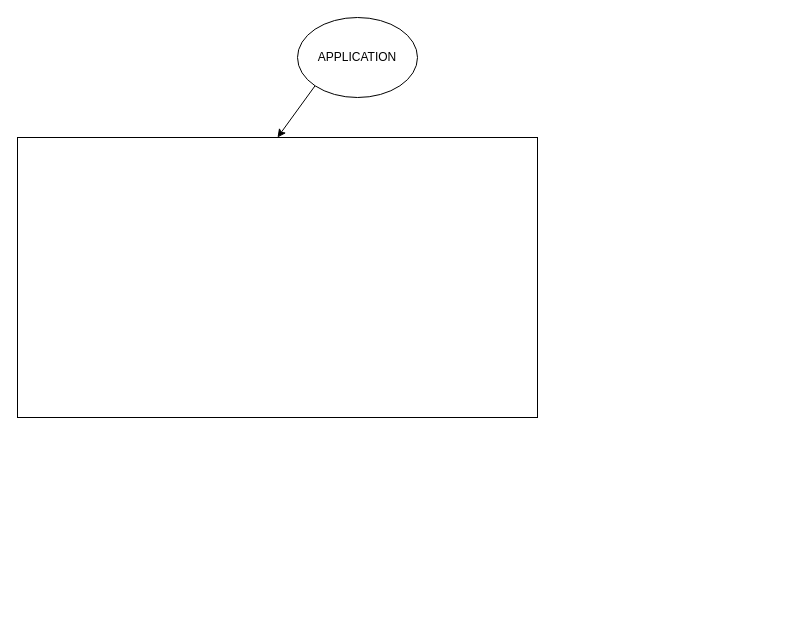
Before: page "APPLICATION" (7 of 10) of scheme.drawio in SplishBoom/Transkript-Manager, a draw.io diagram. Source tidied: cells renumbered, new cells numbered last; positions are measured from the earlier drawing's top-left corner, leaving out a move shared by most shapes. Both pictures are drawn from the tidied source at 100%, with x=0, y=0 at pixel (17, 17).
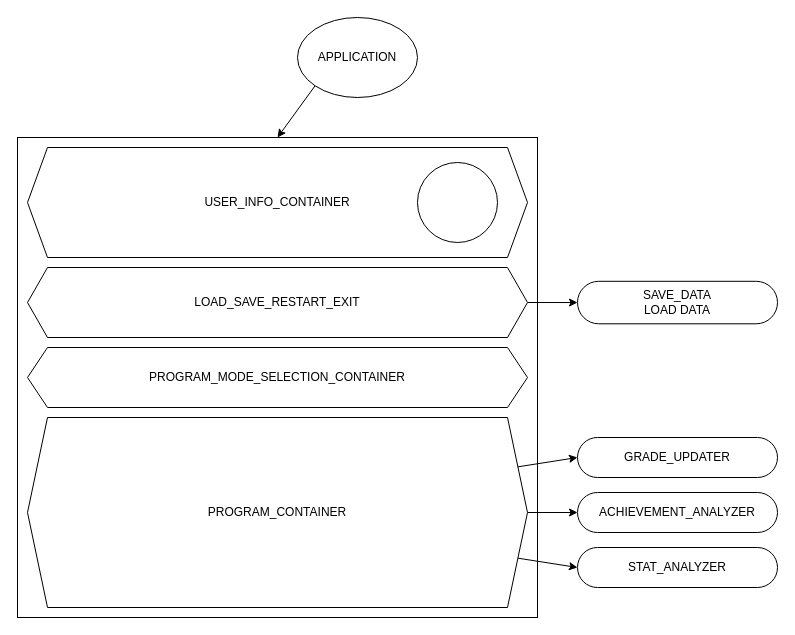
The same diagram, later.

Change to the diagram source:
```diff
@@
 <mxGraphModel>
   <root>
     <mxCell id="0" />
     <mxCell id="1" parent="0" />
     <mxCell id="2" style="edgeStyle=none;html=1;exitX=0;exitY=1;exitDx=0;exitDy=0;entryX=0.5;entryY=0;entryDx=0;entryDy=0;" parent="1" edge="1" source="3" target="4">
       <mxGeometry relative="1" as="geometry" />
     </mxCell>
     <mxCell id="3" value="APPLICATION" style="ellipse;whiteSpace=wrap;html=1;" parent="1" vertex="1">
       <mxGeometry x="280" width="120" height="80" as="geometry" />
     </mxCell>
     <mxCell id="4" value="&lt;br&gt;" style="rounded=1;whiteSpace=wrap;html=1;arcSize=0;" parent="1" vertex="1">
-      <mxGeometry y="120" width="520" height="280" as="geometry" />
+      <mxGeometry y="120" width="520" height="480" as="geometry" />
     </mxCell>
+    <mxCell id="5" value="USER_INFO_CONTAINER" style="shape=hexagon;perimeter=hexagonPerimeter2;whiteSpace=wrap;html=1;fixedSize=1;" parent="1" vertex="1">
+      <mxGeometry x="10" y="130" width="500" height="110" as="geometry" />
+    </mxCell>
+    <mxCell id="6" style="ellipse;whiteSpace=wrap;html=1;" parent="1" vertex="1">
+      <mxGeometry x="400" y="145" width="80" height="80" as="geometry" />
+    </mxCell>
+    <mxCell id="7" value="PROGRAM_MODE_SELECTION_CONTAINER" style="shape=hexagon;perimeter=hexagonPerimeter2;whiteSpace=wrap;html=1;fixedSize=1;" parent="1" vertex="1">
+      <mxGeometry x="10" y="330" width="500" height="60" as="geometry" />
+    </mxCell>
+    <mxCell id="8" style="edgeStyle=none;html=1;exitX=1;exitY=0.5;exitDx=0;exitDy=0;entryX=0;entryY=0.5;entryDx=0;entryDy=0;" parent="1" edge="1" source="11" target="14">
+      <mxGeometry relative="1" as="geometry" />
+    </mxCell>
+    <mxCell id="9" style="edgeStyle=none;html=1;exitX=1;exitY=0.25;exitDx=0;exitDy=0;entryX=0;entryY=0.5;entryDx=0;entryDy=0;" parent="1" edge="1" source="11" target="12">
+      <mxGeometry relative="1" as="geometry" />
+    </mxCell>
+    <mxCell id="10" style="edgeStyle=none;html=1;exitX=1;exitY=0.75;exitDx=0;exitDy=0;entryX=0;entryY=0.5;entryDx=0;entryDy=0;" parent="1" edge="1" source="11" target="13">
+      <mxGeometry relative="1" as="geometry" />
+    </mxCell>
+    <mxCell id="11" value="PROGRAM_CONTAINER" style="shape=hexagon;perimeter=hexagonPerimeter2;whiteSpace=wrap;html=1;fixedSize=1;" parent="1" vertex="1">
+      <mxGeometry x="10" y="400" width="500" height="190" as="geometry" />
+    </mxCell>
+    <mxCell id="12" value="GRADE_UPDATER" style="rounded=1;whiteSpace=wrap;html=1;arcSize=50;" parent="1" vertex="1">
+      <mxGeometry x="560" y="420" width="200" height="40" as="geometry" />
+    </mxCell>
+    <mxCell id="13" value="STAT_ANALYZER" style="rounded=1;whiteSpace=wrap;html=1;arcSize=50;" parent="1" vertex="1">
+      <mxGeometry x="560" y="530" width="200" height="40" as="geometry" />
+    </mxCell>
+    <mxCell id="14" value="ACHIEVEMENT_ANALYZER" style="rounded=1;whiteSpace=wrap;html=1;arcSize=50;" parent="1" vertex="1">
+      <mxGeometry x="560" y="475" width="200" height="40" as="geometry" />
+    </mxCell>
+    <mxCell id="15" style="edgeStyle=none;html=1;exitX=1;exitY=0.5;exitDx=0;exitDy=0;entryX=0;entryY=0.5;entryDx=0;entryDy=0;" parent="1" edge="1" source="16" target="17">
+      <mxGeometry relative="1" as="geometry" />
+    </mxCell>
+    <mxCell id="16" value="LOAD_SAVE_RESTART_EXIT" style="shape=hexagon;perimeter=hexagonPerimeter2;whiteSpace=wrap;html=1;fixedSize=1;" parent="1" vertex="1">
+      <mxGeometry x="10" y="250" width="500" height="70" as="geometry" />
+    </mxCell>
+    <mxCell id="17" value="SAVE_DATA&lt;br&gt;LOAD DATA" style="rounded=1;whiteSpace=wrap;html=1;arcSize=50;" parent="1" vertex="1">
+      <mxGeometry x="560" y="263.8" width="200" height="42.5" as="geometry" />
+    </mxCell>
   </root>
 </mxGraphModel>
```
